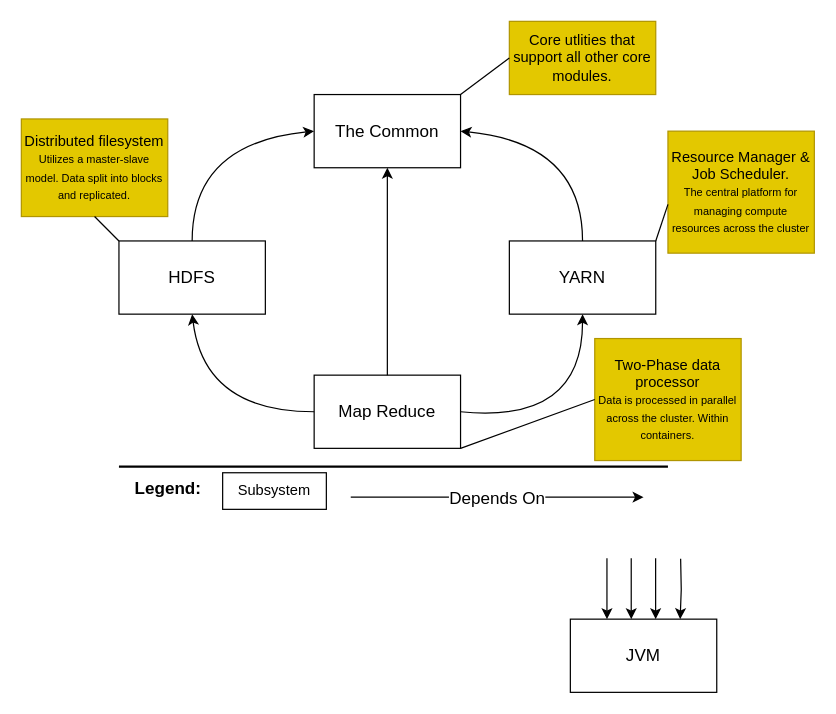
The draw.io diagram HadoopHighLevel.drawio in Amir-kar/EECS4314-GroupD, before the edit. Source tidied: cells renumbered, new cells numbered last; positions are measured from the earlier drawing's top-left corner, leaving out a move shared by most shapes. Both pictures are drawn from the tidied source at 122%, with x=0, y=0 at pixel (21, 21).
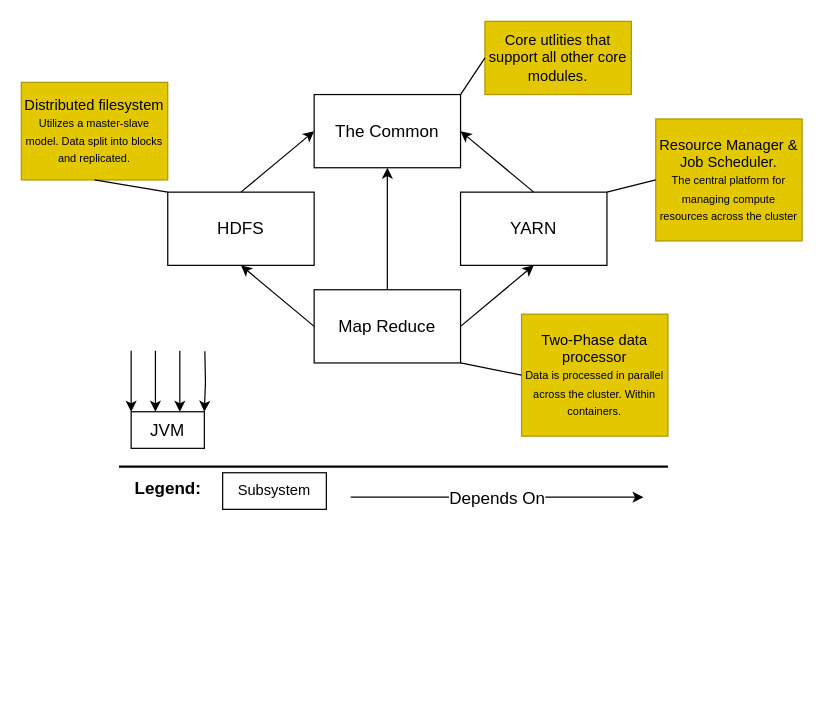
The same diagram, later.

The change refers to these unchanged cells:
```xml
<mxCell id="2" value="&lt;font style=&quot;font-size: 14px;&quot;&gt;The Common&lt;/font&gt;" style="rounded=0;whiteSpace=wrap;html=1;" parent="1" vertex="1">
  <mxGeometry x="240" y="60" width="120" height="60" as="geometry" />
</mxCell>
```

The edit, as a diff of the source:
```diff
@@
     <mxCell id="3" value="&lt;font style=&quot;font-size: 14px;&quot;&gt;HDFS&lt;/font&gt;" style="rounded=0;whiteSpace=wrap;html=1;" parent="1" vertex="1">
-      <mxGeometry x="80" y="180" width="120" height="60" as="geometry" />
+      <mxGeometry x="120" y="140" width="120" height="60" as="geometry" />
     </mxCell>
     <mxCell id="4" value="&lt;font style=&quot;font-size: 14px;&quot;&gt;YARN&lt;/font&gt;" style="rounded=0;whiteSpace=wrap;html=1;" parent="1" vertex="1">
-      <mxGeometry x="400" y="180" width="120" height="60" as="geometry" />
+      <mxGeometry x="360" y="140" width="120" height="60" as="geometry" />
     </mxCell>
     <mxCell id="5" value="&lt;font style=&quot;font-size: 14px;&quot;&gt;Map Reduce&lt;/font&gt;" style="rounded=0;whiteSpace=wrap;html=1;" parent="1" vertex="1">
-      <mxGeometry x="240" y="290" width="120" height="60" as="geometry" />
+      <mxGeometry x="240" y="220" width="120" height="60" as="geometry" />
     </mxCell>
-    <mxCell id="6" style="curved=1;endArrow=classic;html=1;rounded=0;exitX=0;exitY=0.5;exitDx=0;exitDy=0;entryX=0.5;entryY=1;entryDx=0;entryDy=0;" parent="1" edge="1" source="5" target="3">
-      <mxGeometry relative="1" as="geometry">
-        <Array as="points">
-          <mxPoint x="150" y="320" />
-        </Array>
-      </mxGeometry>
-    </mxCell>
-    <mxCell id="7" style="curved=1;endArrow=classic;html=1;rounded=0;exitX=1;exitY=0.5;exitDx=0;exitDy=0;entryX=0.5;entryY=1;entryDx=0;entryDy=0;" parent="1" edge="1" source="5" target="4">
-      <mxGeometry relative="1" as="geometry">
-        <Array as="points">
-          <mxPoint x="460" y="330" />
-        </Array>
-      </mxGeometry>
-    </mxCell>
-    <mxCell id="8" style="curved=1;endArrow=classic;html=1;rounded=0;exitX=0.5;exitY=0;exitDx=0;exitDy=0;entryX=1;entryY=0.5;entryDx=0;entryDy=0;" parent="1" edge="1" source="4" target="2">
-      <mxGeometry relative="1" as="geometry">
-        <Array as="points">
-          <mxPoint x="460" y="100" />
-        </Array>
-      </mxGeometry>
-    </mxCell>
-    <mxCell id="9" style="curved=1;endArrow=classic;html=1;rounded=0;exitX=0.5;exitY=0;exitDx=0;exitDy=0;entryX=0;entryY=0.5;entryDx=0;entryDy=0;" parent="1" edge="1" source="3" target="2">
-      <mxGeometry relative="1" as="geometry">
-        <Array as="points">
-          <mxPoint x="140" y="100" />
-        </Array>
-      </mxGeometry>
-    </mxCell>
@@
     <mxCell id="16" value="Core utlities that support all other core modules." style="rounded=0;whiteSpace=wrap;html=1;fillColor=#e3c800;fontColor=#000000;strokeColor=#B09500;" parent="1" vertex="1">
-      <mxGeometry x="400" width="120" height="60" as="geometry" />
+      <mxGeometry x="380" width="120" height="60" as="geometry" />
     </mxCell>
-    <mxCell id="17" style="endArrow=none;html=1;rounded=0;" parent="1" edge="1">
+    <mxCell id="17" style="endArrow=none;html=1;rounded=0;entryX=0;entryY=0.5;entryDx=0;entryDy=0;" parent="1" edge="1" target="16">
       <mxGeometry relative="1" as="geometry">
         <mxPoint x="360" y="60" as="sourcePoint" />
-        <mxPoint x="400" y="30" as="targetPoint" />
       </mxGeometry>
     </mxCell>
     <mxCell id="18" value="Resource Manager &amp;amp; Job Scheduler.&lt;div&gt;&lt;font style=&quot;font-size: 9px;&quot;&gt;The central platform for managing compute resources across the cluster&lt;/font&gt;&lt;/div&gt;" style="rounded=0;whiteSpace=wrap;html=1;fillColor=#e3c800;fontColor=#000000;strokeColor=#B09500;" parent="1" vertex="1">
-      <mxGeometry x="530" y="90" width="120" height="100" as="geometry" />
+      <mxGeometry x="520" y="80" width="120" height="100" as="geometry" />
     </mxCell>
-    <mxCell id="19" style="endArrow=none;html=1;rounded=0;exitX=1;exitY=0;exitDx=0;exitDy=0;" parent="1" edge="1" source="4">
-      <mxGeometry relative="1" as="geometry">
-        <mxPoint x="530" y="150" as="targetPoint" />
-      </mxGeometry>
+    <mxCell id="19" style="endArrow=none;html=1;rounded=0;exitX=1;exitY=0;exitDx=0;exitDy=0;entryX=0;entryY=0.5;entryDx=0;entryDy=0;" parent="1" edge="1" source="4" target="18">
+      <mxGeometry relative="1" as="geometry" />
     </mxCell>
     <mxCell id="20" value="Distributed filesystem &lt;font style=&quot;font-size: 9px;&quot;&gt;U&lt;/font&gt;&lt;font style=&quot;font-size: 9px;&quot;&gt;tilizes a master-slave model. Data split into blocks and replicated.&lt;/font&gt;" style="rounded=0;whiteSpace=wrap;html=1;fillColor=#e3c800;fontColor=#000000;strokeColor=#B09500;" parent="1" vertex="1">
-      <mxGeometry y="80" width="120" height="80" as="geometry" />
+      <mxGeometry y="50" width="120" height="80" as="geometry" />
     </mxCell>
     <mxCell id="21" style="endArrow=none;html=1;rounded=0;entryX=0.5;entryY=1;entryDx=0;entryDy=0;exitX=0;exitY=0;exitDx=0;exitDy=0;" parent="1" edge="1" source="3" target="20">
-      <mxGeometry relative="1" as="geometry">
-        <Array as="points">
-          <mxPoint x="70" y="170" />
-        </Array>
-      </mxGeometry>
+      <mxGeometry relative="1" as="geometry" />
     </mxCell>
     <mxCell id="22" value="Two-Phase data processor&lt;div&gt;&lt;font style=&quot;font-size: 9px;&quot;&gt;Data is processed in parallel across the cluster. Within containers.&lt;/font&gt;&lt;/div&gt;" style="rounded=0;whiteSpace=wrap;html=1;fillColor=#e3c800;fontColor=#000000;strokeColor=#B09500;" parent="1" vertex="1">
-      <mxGeometry x="470" y="260" width="120" height="100" as="geometry" />
+      <mxGeometry x="410" y="240" width="120" height="100" as="geometry" />
     </mxCell>
     <mxCell id="23" style="endArrow=none;html=1;rounded=0;entryX=1;entryY=1;entryDx=0;entryDy=0;exitX=0;exitY=0.5;exitDx=0;exitDy=0;" parent="1" edge="1" source="22" target="5">
-      <mxGeometry relative="1" as="geometry">
-        <Array as="points">
-          <mxPoint x="470" y="310" />
-        </Array>
-      </mxGeometry>
+      <mxGeometry relative="1" as="geometry" />
     </mxCell>
-    <mxCell id="24" style="edgeStyle=orthogonalEdgeStyle;rounded=0;orthogonalLoop=1;jettySize=auto;html=1;exitX=0.5;exitY=0;exitDx=0;exitDy=0;" parent="1" edge="1">
-      <mxGeometry relative="1" as="geometry">
-        <mxPoint x="519.9" y="440" as="sourcePoint" />
-        <mxPoint x="519.9" y="490" as="targetPoint" />
-      </mxGeometry>
-    </mxCell>
+    <mxCell id="6" style="endArrow=classic;html=1;rounded=0;entryX=0.5;entryY=1;entryDx=0;entryDy=0;exitX=0;exitY=0.5;exitDx=0;exitDy=0;" parent="1" edge="1" source="5" target="3">
+      <mxGeometry relative="1" as="geometry" />
+    </mxCell>
+    <mxCell id="7" style="endArrow=classic;html=1;rounded=0;entryX=0.5;entryY=1;entryDx=0;entryDy=0;exitX=1;exitY=0.5;exitDx=0;exitDy=0;" parent="1" edge="1" source="5" target="4">
+      <mxGeometry relative="1" as="geometry" />
+    </mxCell>
+    <mxCell id="9" style="endArrow=classic;html=1;rounded=0;entryX=0;entryY=0.5;entryDx=0;entryDy=0;exitX=0.5;exitY=0;exitDx=0;exitDy=0;" parent="1" edge="1" source="3" target="2">
+      <mxGeometry relative="1" as="geometry" />
+    </mxCell>
+    <mxCell id="8" style="endArrow=classic;html=1;rounded=0;entryX=1;entryY=0.5;entryDx=0;entryDy=0;exitX=0.5;exitY=0;exitDx=0;exitDy=0;" parent="1" edge="1" source="4" target="2">
+      <mxGeometry relative="1" as="geometry" />
+    </mxCell>
+    <mxCell id="29" style="edgeStyle=orthogonalEdgeStyle;rounded=0;orthogonalLoop=1;jettySize=auto;html=1;exitX=0.5;exitY=0;exitDx=0;exitDy=0;" parent="1" edge="1">
+      <mxGeometry relative="1" as="geometry">
+        <mxPoint x="129.9" y="270" as="sourcePoint" />
+        <mxPoint x="129.9" y="320" as="targetPoint" />
+      </mxGeometry>
+    </mxCell>
     <mxCell id="25" value="&lt;font style=&quot;font-size: 14px;&quot;&gt;JVM&lt;/font&gt;" style="rounded=0;whiteSpace=wrap;html=1;" parent="1" vertex="1">
-      <mxGeometry x="450" y="490" width="120" height="60" as="geometry" />
+      <mxGeometry x="90" y="320" width="60" height="30" as="geometry" />
     </mxCell>
-    <mxCell id="26" style="edgeStyle=orthogonalEdgeStyle;rounded=0;orthogonalLoop=1;jettySize=auto;html=1;exitX=0.58;exitY=-0.008;exitDx=0;exitDy=0;exitPerimeter=0;" parent="1" edge="1">
-      <mxGeometry relative="1" as="geometry">
-        <mxPoint x="540.4" y="440.5" as="sourcePoint" />
-        <mxPoint x="540" y="490" as="targetPoint" />
-      </mxGeometry>
-    </mxCell>
-    <mxCell id="27" style="edgeStyle=orthogonalEdgeStyle;rounded=0;orthogonalLoop=1;jettySize=auto;html=1;exitX=0.75;exitY=0;exitDx=0;exitDy=0;" parent="1" edge="1">
-      <mxGeometry relative="1" as="geometry">
-        <mxPoint x="480" y="440" as="sourcePoint" />
-        <mxPoint x="480" y="490" as="targetPoint" />
-      </mxGeometry>
-    </mxCell>
-    <mxCell id="28" style="edgeStyle=orthogonalEdgeStyle;rounded=0;orthogonalLoop=1;jettySize=auto;html=1;exitX=0.75;exitY=0;exitDx=0;exitDy=0;" parent="1" edge="1">
-      <mxGeometry relative="1" as="geometry">
-        <mxPoint x="499.9" y="440" as="sourcePoint" />
-        <mxPoint x="499.9" y="490" as="targetPoint" />
-      </mxGeometry>
-    </mxCell>
+    <mxCell id="30" style="edgeStyle=orthogonalEdgeStyle;rounded=0;orthogonalLoop=1;jettySize=auto;html=1;exitX=0.58;exitY=-0.008;exitDx=0;exitDy=0;exitPerimeter=0;" parent="1" edge="1">
+      <mxGeometry relative="1" as="geometry">
+        <mxPoint x="150.4" y="270.5" as="sourcePoint" />
+        <mxPoint x="150" y="320" as="targetPoint" />
+      </mxGeometry>
+    </mxCell>
+    <mxCell id="31" style="edgeStyle=orthogonalEdgeStyle;rounded=0;orthogonalLoop=1;jettySize=auto;html=1;exitX=0.75;exitY=0;exitDx=0;exitDy=0;" parent="1" edge="1">
+      <mxGeometry relative="1" as="geometry">
+        <mxPoint x="90" y="270" as="sourcePoint" />
+        <mxPoint x="90" y="320" as="targetPoint" />
+      </mxGeometry>
+    </mxCell>
+    <mxCell id="32" style="edgeStyle=orthogonalEdgeStyle;rounded=0;orthogonalLoop=1;jettySize=auto;html=1;exitX=0.75;exitY=0;exitDx=0;exitDy=0;" parent="1" edge="1">
+      <mxGeometry relative="1" as="geometry">
+        <mxPoint x="109.9" y="270" as="sourcePoint" />
+        <mxPoint x="109.9" y="320" as="targetPoint" />
+      </mxGeometry>
+    </mxCell>
```
